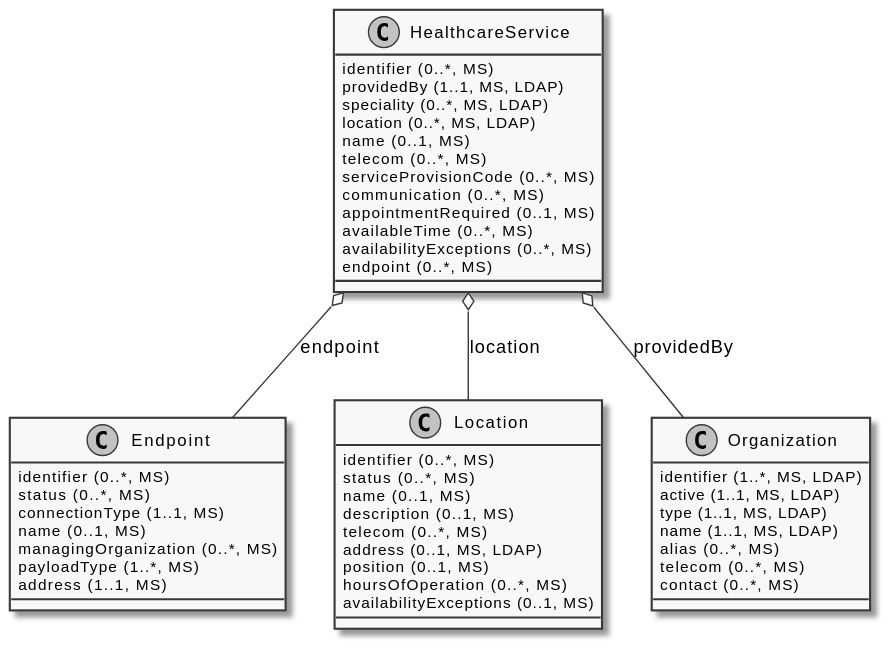
The PlantUML diagram images/diagrams/ClassDiagram.HealthcareService.svg in gematik/api-vzd, before a commit.
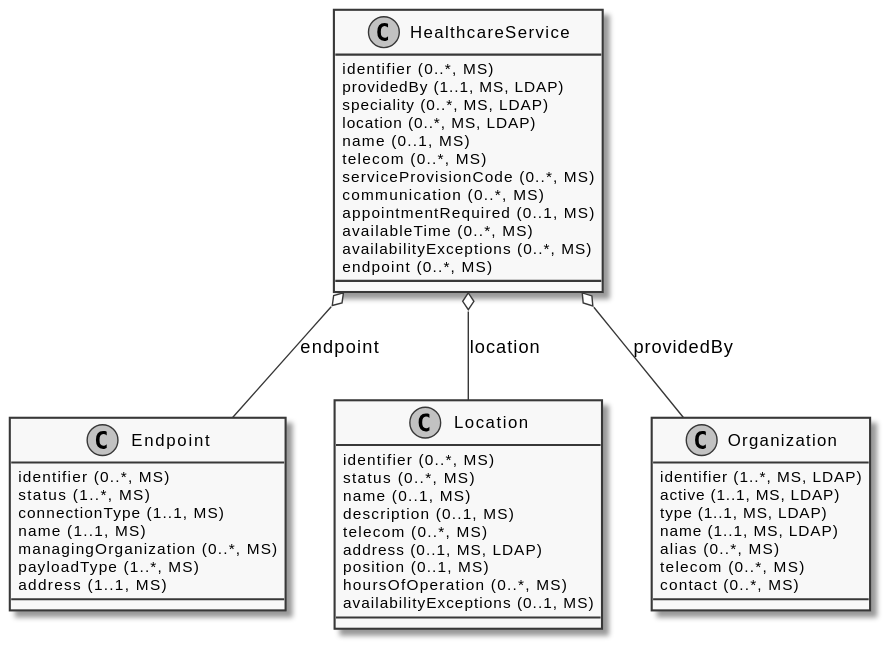
Above is the later version.

Change to the diagram source:
```diff
@@ -16,9 +16,9 @@
 }
 class Endpoint {
   {field} identifier (0..*, MS)
-  {field} status (0..*, MS)
+  {field} status (1..*, MS)
   {field} connectionType (1..1, MS)
-  {field} name (0..1, MS)
+  {field} name (1..1, MS)
   {field} managingOrganization (0..*, MS)
   {field} payloadType (1..*, MS)
   {field} address (1..1, MS)
```
